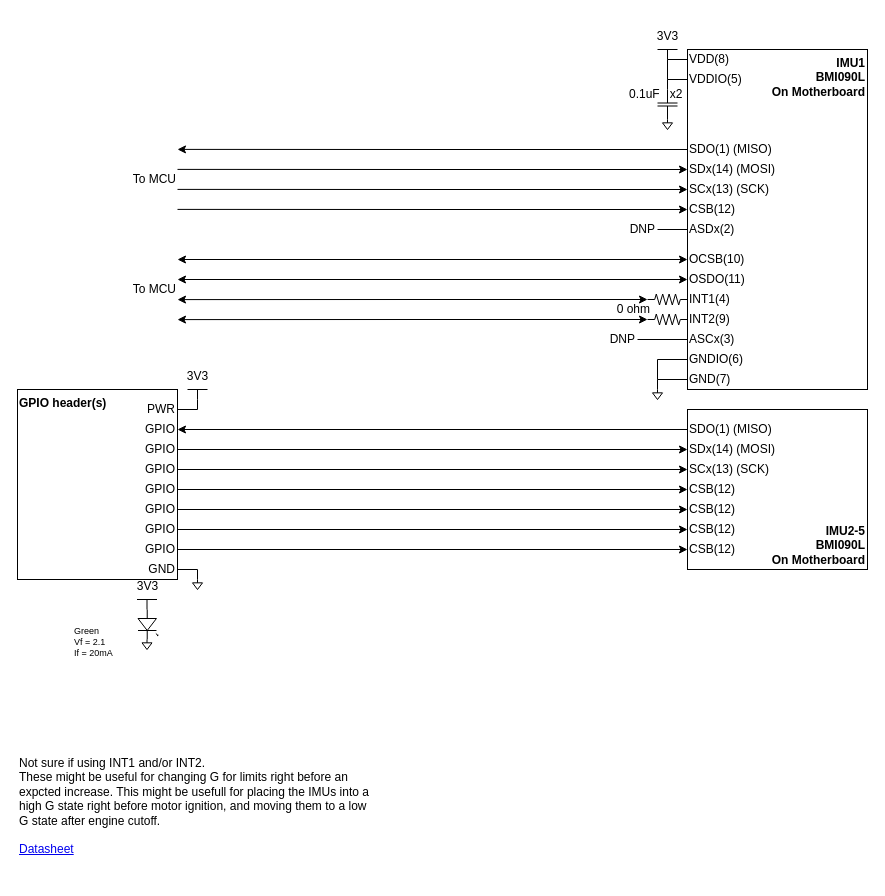
The draw.io diagram page "BMI160" (5 of 9) of PleaseGoUp.drawio in liamherlihy/pleaseGoUp, before the edit. Source tidied: cells renumbered, new cells numbered last; positions are measured from the earlier drawing's top-left corner, leaving out a move shared by most shapes. Both pictures are drawn from the tidied source at 100%, with x=0, y=0 at pixel (17, 49).
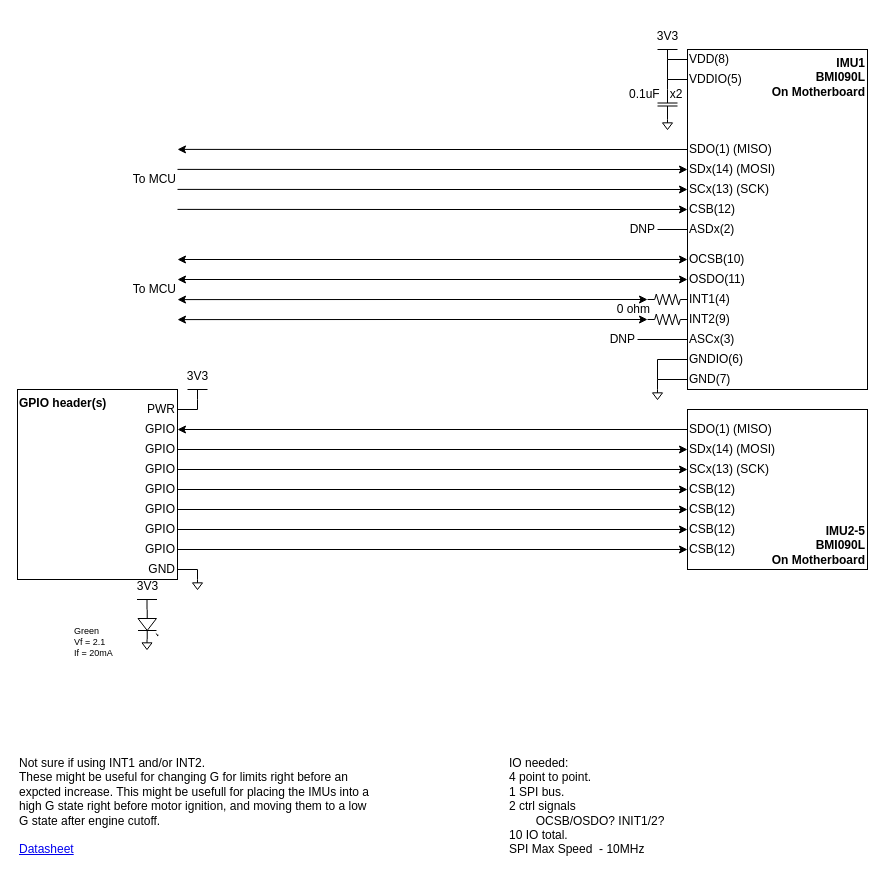
After the change.

The edit, as a diff of the source:
```diff
@@
+    <mxCell id="79" value="&lt;span&gt;IO needed:&lt;br&gt;4 point to point.&lt;br&gt;1 SPI bus.&lt;br&gt;2 ctrl signals&amp;nbsp;&lt;br&gt;&lt;span style=&quot;white-space: pre&quot;&gt;&#9;&lt;/span&gt;OCSB/OSDO? INIT1/2?&lt;br&gt;10 IO total.&amp;nbsp;&lt;br&gt;SPI Max Speed&amp;nbsp; - 10MHz&lt;br&gt;&lt;/span&gt;" style="text;html=1;strokeColor=none;fillColor=none;align=left;verticalAlign=top;whiteSpace=wrap;rounded=0;fontSize=12;" parent="1" vertex="1">
+      <mxGeometry x="490" y="700" width="360" height="130" as="geometry" />
+    </mxCell>
```
